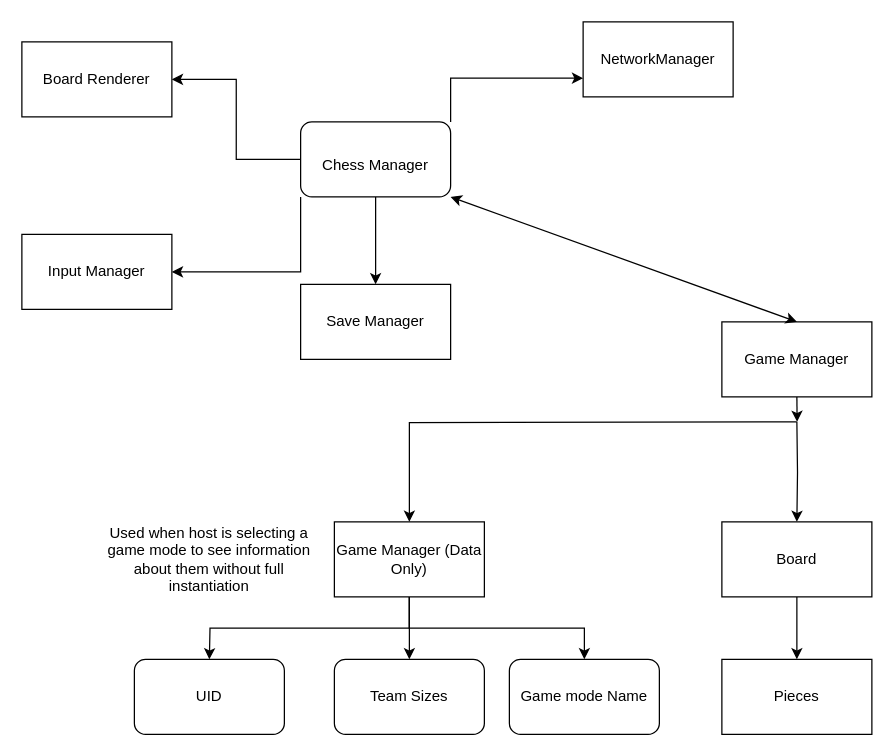
This is page "Game Manager" (3 of 5) of Plan Diagram (draw.io).drawio from Robert-M-Lucas/NEA, a draw.io file, before an edit. Source tidied: cells renumbered, new cells numbered last; positions are measured from the earlier drawing's top-left corner, leaving out a move shared by most shapes. Both pictures are drawn from the tidied source at 125%, with x=0, y=0 at pixel (21, 21).
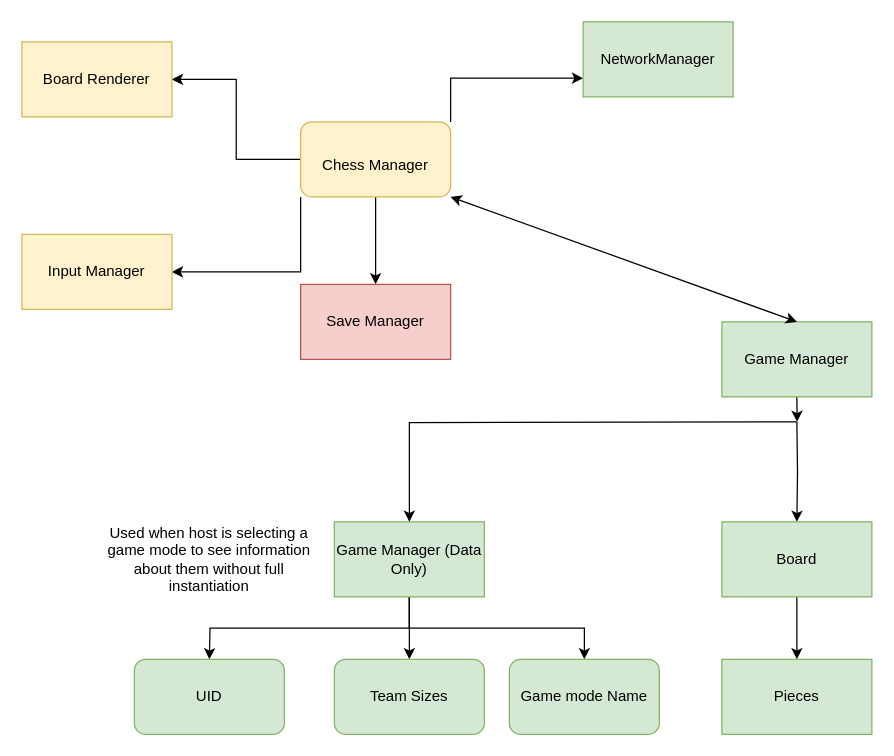
Above is the later version.

The edit, as a diff of the source:
```diff
@@
-    <mxCell id="5" value="Game Manager (Data Only)" style="rounded=0;whiteSpace=wrap;html=1;fontSize=12;" parent="1" vertex="1">
+    <mxCell id="5" value="Game Manager (Data Only)" style="rounded=0;whiteSpace=wrap;html=1;fontSize=12;fillColor=#d5e8d4;strokeColor=#82b366;" parent="1" vertex="1">
       <mxGeometry x="250" y="400" width="120" height="60" as="geometry" />
     </mxCell>
-    <mxCell id="6" value="UID" style="rounded=1;whiteSpace=wrap;html=1;fontSize=12;" parent="1" vertex="1">
+    <mxCell id="6" value="UID" style="rounded=1;whiteSpace=wrap;html=1;fontSize=12;fillColor=#d5e8d4;strokeColor=#82b366;" parent="1" vertex="1">
       <mxGeometry x="90" y="510" width="120" height="60" as="geometry" />
     </mxCell>
-    <mxCell id="7" value="Team Sizes" style="rounded=1;whiteSpace=wrap;html=1;fontSize=12;" parent="1" vertex="1">
+    <mxCell id="7" value="Team Sizes" style="rounded=1;whiteSpace=wrap;html=1;fontSize=12;fillColor=#d5e8d4;strokeColor=#82b366;" parent="1" vertex="1">
       <mxGeometry x="250" y="510" width="120" height="60" as="geometry" />
     </mxCell>
-    <mxCell id="8" value="Game mode Name" style="rounded=1;whiteSpace=wrap;html=1;fontSize=12;" parent="1" vertex="1">
+    <mxCell id="8" value="Game mode Name" style="rounded=1;whiteSpace=wrap;html=1;fontSize=12;fillColor=#d5e8d4;strokeColor=#82b366;" parent="1" vertex="1">
       <mxGeometry x="390" y="510" width="120" height="60" as="geometry" />
     </mxCell>
@@
-    <mxCell id="12" value="Game Manager" style="rounded=0;whiteSpace=wrap;html=1;fontSize=12;" parent="1" vertex="1">
+    <mxCell id="12" value="Game Manager" style="rounded=0;whiteSpace=wrap;html=1;fontSize=12;fillColor=#d5e8d4;strokeColor=#82b366;" parent="1" vertex="1">
       <mxGeometry x="560" y="240" width="120" height="60" as="geometry" />
     </mxCell>
@@
-    <mxCell id="14" value="Board" style="rounded=0;whiteSpace=wrap;html=1;fontSize=12;" parent="1" vertex="1">
+    <mxCell id="14" value="Board" style="rounded=0;whiteSpace=wrap;html=1;fontSize=12;fillColor=#d5e8d4;strokeColor=#82b366;" parent="1" vertex="1">
       <mxGeometry x="560" y="400" width="120" height="60" as="geometry" />
     </mxCell>
-    <mxCell id="15" value="Pieces" style="rounded=0;whiteSpace=wrap;html=1;fontSize=12;" parent="1" vertex="1">
+    <mxCell id="15" value="Pieces" style="rounded=0;whiteSpace=wrap;html=1;fontSize=12;fillColor=#d5e8d4;strokeColor=#82b366;" parent="1" vertex="1">
       <mxGeometry x="560" y="510" width="120" height="60" as="geometry" />
     </mxCell>
@@
-    <mxCell id="20" value="&lt;font style=&quot;font-size: 12px;&quot;&gt;Chess Manager&lt;/font&gt;" style="rounded=1;whiteSpace=wrap;html=1;fontSize=27;" parent="1" vertex="1">
+    <mxCell id="20" value="&lt;font style=&quot;font-size: 12px;&quot;&gt;Chess Manager&lt;/font&gt;" style="rounded=1;whiteSpace=wrap;html=1;fontSize=27;fillColor=#fff2cc;strokeColor=#d6b656;" parent="1" vertex="1">
       <mxGeometry x="223" y="80" width="120" height="60" as="geometry" />
     </mxCell>
-    <mxCell id="21" value="NetworkManager" style="rounded=0;whiteSpace=wrap;html=1;fontSize=12;" parent="1" vertex="1">
+    <mxCell id="21" value="NetworkManager" style="rounded=0;whiteSpace=wrap;html=1;fontSize=12;fillColor=#d5e8d4;strokeColor=#82b366;" parent="1" vertex="1">
       <mxGeometry x="449" width="120" height="60" as="geometry" />
     </mxCell>
-    <mxCell id="22" value="Save Manager" style="rounded=0;whiteSpace=wrap;html=1;fontSize=12;" parent="1" vertex="1">
+    <mxCell id="22" value="Save Manager" style="rounded=0;whiteSpace=wrap;html=1;fontSize=12;fillColor=#f8cecc;strokeColor=#b85450;" parent="1" vertex="1">
       <mxGeometry x="223" y="210" width="120" height="60" as="geometry" />
     </mxCell>
-    <mxCell id="23" value="Input Manager" style="rounded=0;whiteSpace=wrap;html=1;fontSize=12;" parent="1" vertex="1">
+    <mxCell id="23" value="Input Manager" style="rounded=0;whiteSpace=wrap;html=1;fontSize=12;fillColor=#fff2cc;strokeColor=#d6b656;" parent="1" vertex="1">
       <mxGeometry y="170" width="120" height="60" as="geometry" />
     </mxCell>
-    <mxCell id="24" value="Board Renderer" style="rounded=0;whiteSpace=wrap;html=1;fontSize=12;" parent="1" vertex="1">
+    <mxCell id="24" value="Board Renderer" style="rounded=0;whiteSpace=wrap;html=1;fontSize=12;fillColor=#fff2cc;strokeColor=#d6b656;" parent="1" vertex="1">
       <mxGeometry y="16" width="120" height="60" as="geometry" />
     </mxCell>
```
